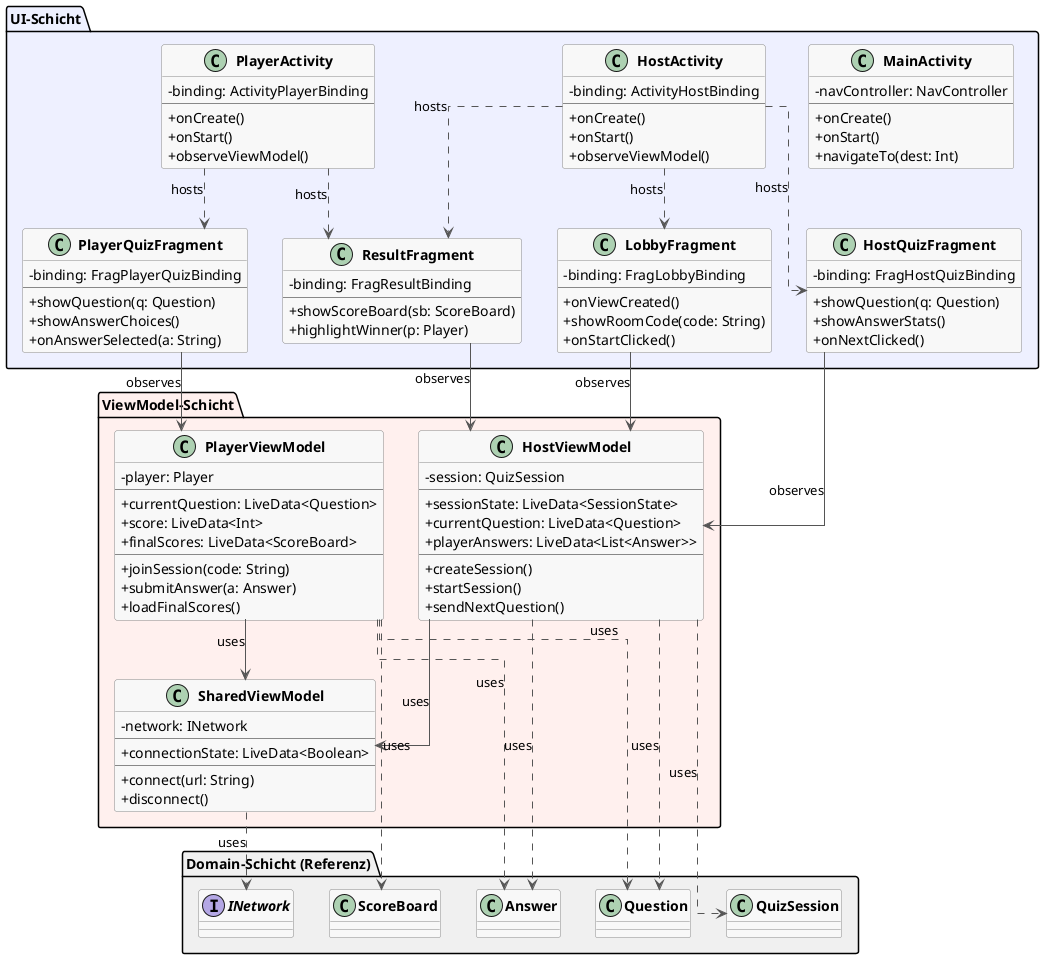
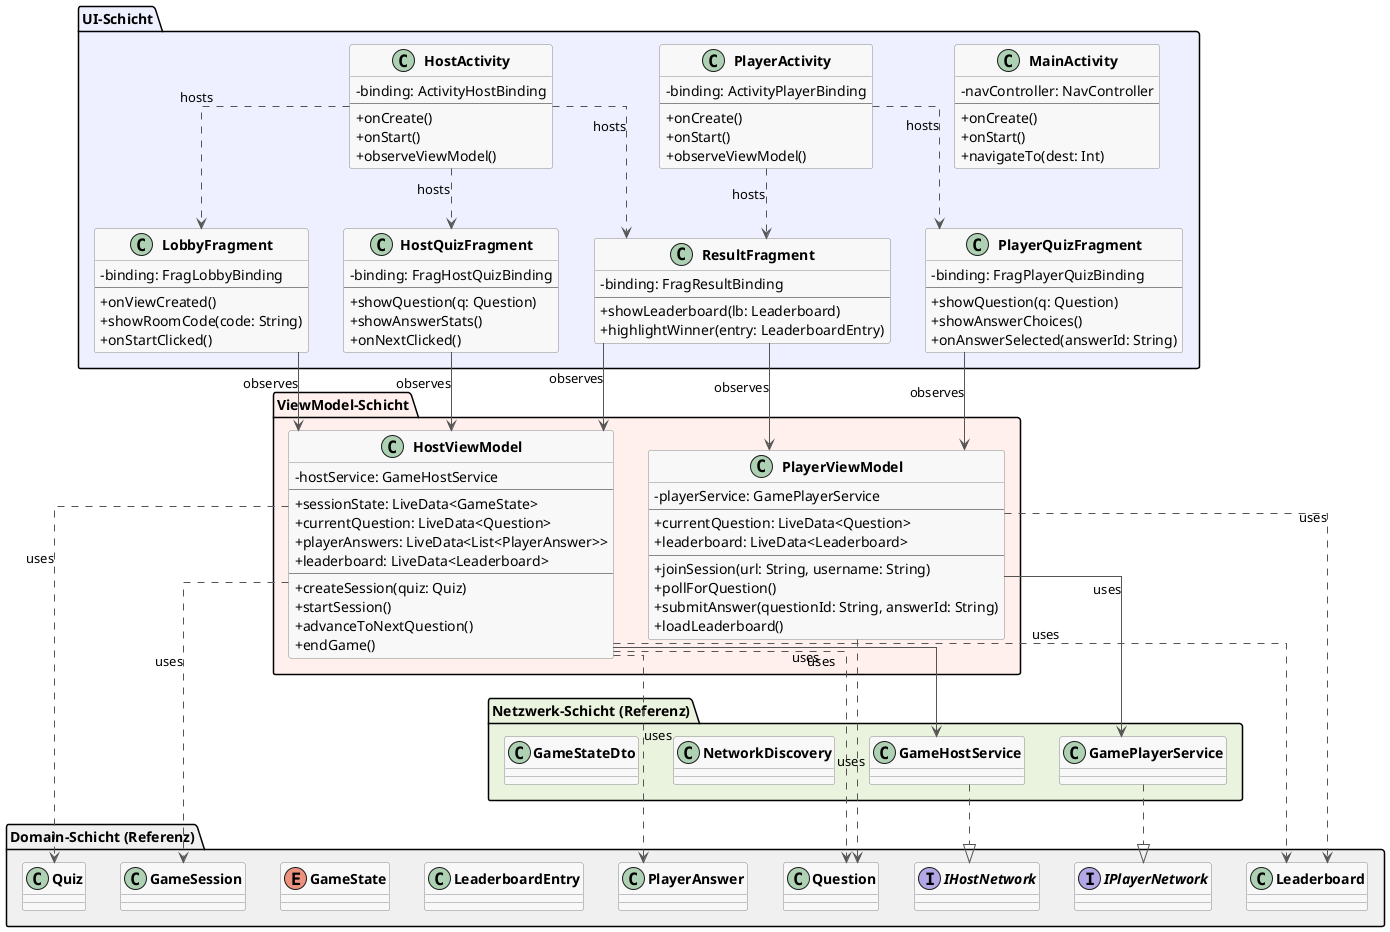
@startuml quiz_app_mvvm

skinparam classAttributeIconSize 0
skinparam classFontStyle bold
skinparam classBackgroundColor #F8F8F8
skinparam classBorderColor #888888
skinparam arrowColor #555555
skinparam linetype ortho

package "UI-Schicht" #EEF0FF {

  class MainActivity {
    - navController: NavController
    --
    + onCreate()
    + onStart()
    + navigateTo(dest: Int)
  }

  class HostActivity {
    - binding: ActivityHostBinding
    --
    + onCreate()
    + onStart()
    + observeViewModel()
  }

  class PlayerActivity {
    - binding: ActivityPlayerBinding
    --
    + onCreate()
    + onStart()
    + observeViewModel()
  }

  class LobbyFragment {
    - binding: FragLobbyBinding
    --
    + onViewCreated()
    + showRoomCode(code: String)
    + onStartClicked()
  }

  class HostQuizFragment {
    - binding: FragHostQuizBinding
    --
    + showQuestion(q: Question)
    + showAnswerStats()
    + onNextClicked()
  }

  class PlayerQuizFragment {
    - binding: FragPlayerQuizBinding
    --
    + showQuestion(q: Question)
    + showAnswerChoices()
-     + onAnswerSelected(a: String)
+     + onAnswerSelected(answerId: String)
  }

  class ResultFragment {
    - binding: FragResultBinding
    --
-     + showScoreBoard(sb: ScoreBoard)
-     + highlightWinner(p: Player)
+     + showLeaderboard(lb: Leaderboard)
+     + highlightWinner(entry: LeaderboardEntry)
  }

}

package "ViewModel-Schicht" #FFF0EE {

  class HostViewModel {
-     - session: QuizSession
+     - hostService: GameHostService
    --
-     + sessionState: LiveData<SessionState>
+     + sessionState: LiveData<GameState>
    + currentQuestion: LiveData<Question>
-     + playerAnswers: LiveData<List<Answer>>
+     + playerAnswers: LiveData<List<PlayerAnswer>>
+     + leaderboard: LiveData<Leaderboard>
    --
-     + createSession()
+     + createSession(quiz: Quiz)
    + startSession()
-     + sendNextQuestion()
+     + advanceToNextQuestion()
+     + endGame()
  }

  class PlayerViewModel {
-     - player: Player
+     - playerService: GamePlayerService
    --
    + currentQuestion: LiveData<Question>
-     + score: LiveData<Int>
-     + finalScores: LiveData<ScoreBoard>
+     + leaderboard: LiveData<Leaderboard>
    --
-     + joinSession(code: String)
-     + submitAnswer(a: Answer)
-     + loadFinalScores()
-   }
- 
-   class SharedViewModel {
-     - network: INetwork
-     --
-     + connectionState: LiveData<Boolean>
-     --
-     + connect(url: String)
-     + disconnect()
+     + joinSession(url: String, username: String)
+     + pollForQuestion()
+     + submitAnswer(questionId: String, answerId: String)
+     + loadLeaderboard()
  }

}

package "Domain-Schicht (Referenz)" #F0F0F0 {
-   class QuizSession
+   class GameSession
+   class Quiz
  class Question
-   class Answer
-   class ScoreBoard
-   interface INetwork
+   class PlayerAnswer
+   class Leaderboard
+   class LeaderboardEntry
+   enum GameState
+   interface IHostNetwork
+   interface IPlayerNetwork
}

- ' Activity hostet Fragments (gestrichelt)
+ package "Netzwerk-Schicht (Referenz)" #EAF3DE {
+   class GameHostService
+   class GamePlayerService
+   class NetworkDiscovery
+   class GameStateDto
+ }
+ 
+ ' Realisierung: Networking implementiert Interfaces
+ GameHostService ..|> IHostNetwork
+ GamePlayerService ..|> IPlayerNetwork
+ 
+ ' Activity hostet Fragments
HostActivity ..> LobbyFragment : hosts
HostActivity ..> HostQuizFragment : hosts
HostActivity ..> ResultFragment : hosts
PlayerActivity ..> PlayerQuizFragment : hosts
PlayerActivity ..> ResultFragment : hosts

' Fragments beobachten ViewModels
LobbyFragment --> HostViewModel : observes
HostQuizFragment --> HostViewModel : observes
ResultFragment --> HostViewModel : observes
PlayerQuizFragment --> PlayerViewModel : observes
+ ResultFragment --> PlayerViewModel : observes

- ' ViewModels nutzen SharedViewModel
- HostViewModel --> SharedViewModel : uses
- PlayerViewModel --> SharedViewModel : uses
+ ' ViewModels -> Networking-Services
+ HostViewModel --> GameHostService : uses
+ PlayerViewModel --> GamePlayerService : uses

' ViewModels -> Domain
- HostViewModel ..> QuizSession : uses
+ HostViewModel ..> GameSession : uses
+ HostViewModel ..> Quiz : uses
HostViewModel ..> Question : uses
- HostViewModel ..> Answer : uses
+ HostViewModel ..> PlayerAnswer : uses
+ HostViewModel ..> Leaderboard : uses
PlayerViewModel ..> Question : uses
- PlayerViewModel ..> Answer : uses
- PlayerViewModel ..> ScoreBoard : uses
- SharedViewModel ..> INetwork : uses
+ PlayerViewModel ..> Leaderboard : uses

@enduml
